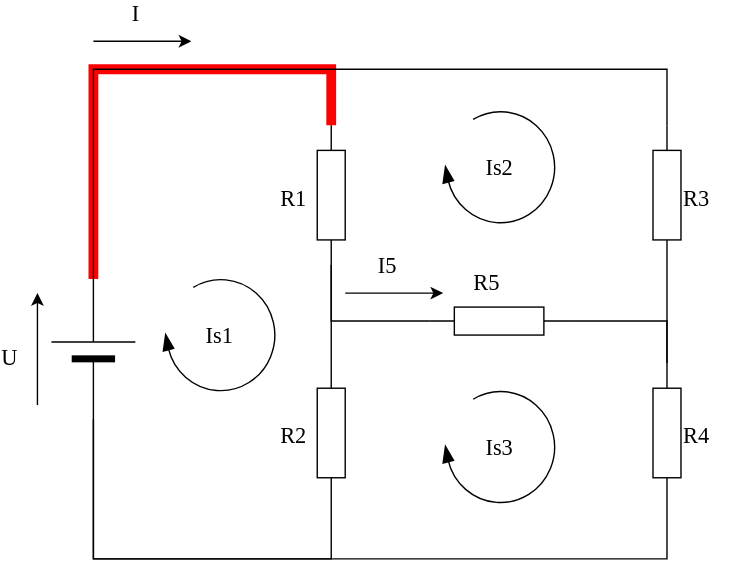
Above: examples/CircuitDiagram.drawio.svg in plow-technologies/onping-hmi-images (draw.io), before the change. Source tidied: cells renumbered, new cells last; positions are measured from the earlier drawing's top-left corner, leaving out a move shared by most shapes.
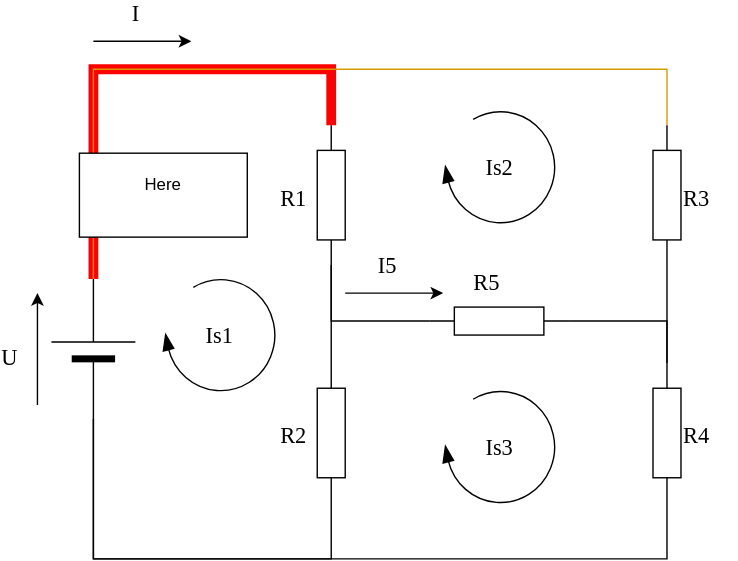
The same file after the commit.

The edit, as a diff of the source:
```diff
@@ -10,7 +10,7 @@
         </Array>
       </mxGeometry>
     </mxCell>
-    <mxCell id="3" style="edgeStyle=orthogonalEdgeStyle;rounded=0;html=1;exitX=1;exitY=0.5;exitPerimeter=0;entryX=1;entryY=0.5;entryPerimeter=0;labelBackgroundColor=none;startArrow=none;startFill=0;startSize=5;endArrow=none;endFill=0;endSize=5;jettySize=auto;strokeWidth=1;fontFamily=Verdana;fontSize=12;" parent="1" edge="1" source="4" target="9">
+    <mxCell id="3" style="edgeStyle=orthogonalEdgeStyle;rounded=0;html=1;exitX=1;exitY=0.5;exitPerimeter=0;entryX=1;entryY=0.5;entryPerimeter=0;labelBackgroundColor=none;startArrow=none;startFill=0;startSize=5;endArrow=none;endFill=0;endSize=5;jettySize=auto;strokeWidth=1;fontFamily=Verdana;fontSize=12;fillColor=#ffe6cc;strokeColor=#d79b00;" parent="1" edge="1" source="4" target="9">
       <mxGeometry relative="1" as="geometry">
         <Array as="points">
           <mxPoint x="50" y="20" />
@@ -108,5 +108,8 @@
     <mxCell id="26" value="Is3" style="verticalLabelPosition=middle;html=1;verticalAlign=middle;strokeWidth=1;shape=mxgraph.lean_mapping.physical_pull;rounded=1;shadow=0;comic=0;labelBackgroundColor=none;fillColor=#000000;fontFamily=Verdana;fontSize=16;align=center;flipH=1;labelPosition=center;" parent="1" vertex="1">
       <mxGeometry x="300" y="250" width="80" height="80" as="geometry" />
     </mxCell>
+    <mxCell id="27" value="&lt;div&gt;Here&lt;/div&gt;&lt;div&gt;&lt;br&gt;&lt;/div&gt;" style="rounded=0;whiteSpace=wrap;html=1;" parent="1" vertex="1">
+      <mxGeometry x="40" y="80" width="120" height="60" as="geometry" />
+    </mxCell>
   </root>
 </mxGraphModel>
```
